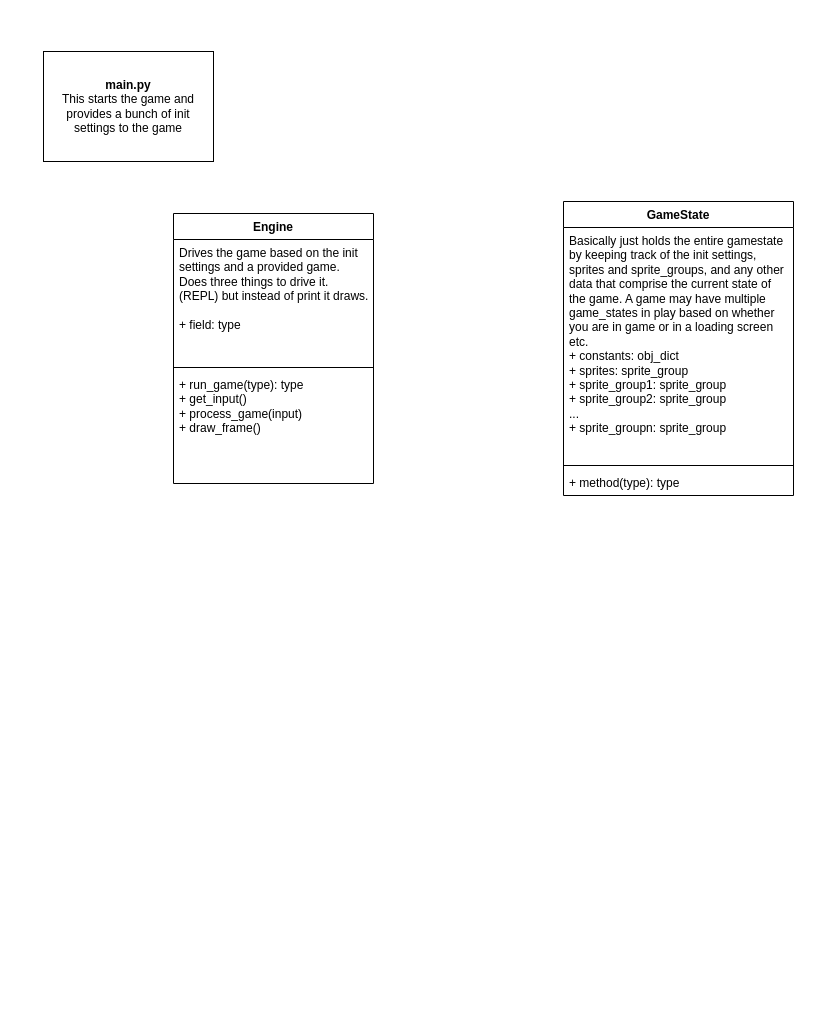
The draw.io diagram docs/state_map.drawio in flythereddflagg/RCA, before the edit. Source tidied: cells renumbered, new cells numbered last; positions are measured from the earlier drawing's top-left corner, leaving out a move shared by most shapes. Both pictures are drawn from the tidied source at 100%, with x=0, y=0 at pixel (43, 51).
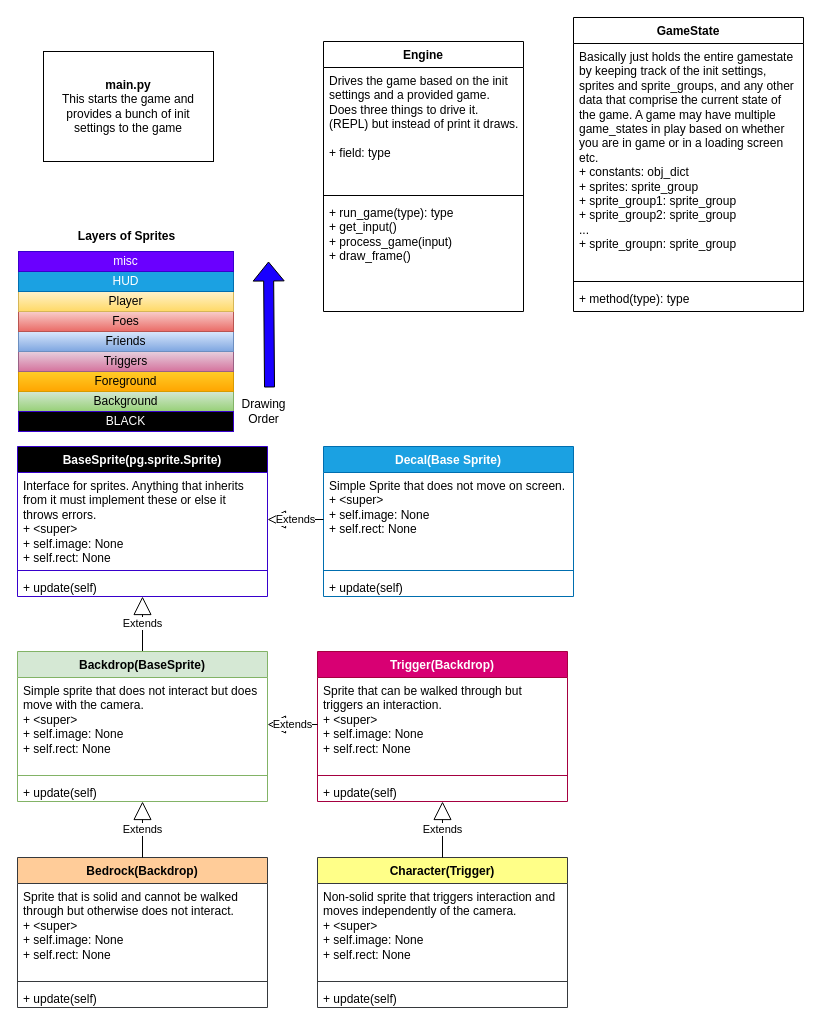
The same page after the edit.

Diff of the diagram source:
```diff
@@
     <mxCell id="3" value="GameState" style="swimlane;fontStyle=1;align=center;verticalAlign=top;horizontal=1;startSize=26;whiteSpace=wrap;html=1;" parent="1" vertex="1">
-      <mxGeometry x="520" y="150" width="230" height="294" as="geometry" />
+      <mxGeometry x="530" y="-34" width="230" height="294" as="geometry" />
     </mxCell>
@@
     <mxCell id="7" value="Engine" style="swimlane;fontStyle=1;align=center;verticalAlign=top;horizontal=1;startSize=26;whiteSpace=wrap;html=1;" parent="1" vertex="1">
-      <mxGeometry x="130" y="162" width="200" height="270" as="geometry" />
+      <mxGeometry x="280" y="-10" width="200" height="270" as="geometry" />
     </mxCell>
@@
+    <mxCell id="11" value="BaseSprite(pg.sprite.Sprite)" style="swimlane;fontStyle=1;align=center;verticalAlign=top;horizontal=1;startSize=26;whiteSpace=wrap;html=1;fillColor=#000000;fontColor=#ffffff;strokeColor=#3700CC;" parent="1" vertex="1">
+      <mxGeometry x="-26" y="395" width="250" height="150" as="geometry" />
+    </mxCell>
+    <mxCell id="12" value="Interface for sprites. Anything that inherits from it must implement these or else it throws errors.&lt;br&gt;+ &amp;lt;super&amp;gt;&lt;br&gt;+ self.image: None&lt;br&gt;+ self.rect: None" style="text;strokeColor=none;fillColor=none;align=left;verticalAlign=top;spacingLeft=4;spacingRight=4;overflow=hidden;points=[[0,0.5],[1,0.5]];portConstraint=eastwest;whiteSpace=wrap;html=1;" parent="11" vertex="1">
+      <mxGeometry y="26" width="250" height="94" as="geometry" />
+    </mxCell>
+    <mxCell id="13" style="line;strokeWidth=1;fillColor=none;align=left;verticalAlign=middle;spacingTop=-1;spacingLeft=3;spacingRight=3;labelPosition=right;strokeColor=inherit;" parent="11" vertex="1">
+      <mxGeometry y="120" width="250" height="8" as="geometry" />
+    </mxCell>
+    <mxCell id="14" value="+ update(self)" style="text;strokeColor=none;fillColor=none;align=left;verticalAlign=top;spacingLeft=4;spacingRight=4;overflow=hidden;whiteSpace=wrap;html=1;" parent="11" vertex="1">
+      <mxGeometry y="128" width="250" height="22" as="geometry" />
+    </mxCell>
+    <mxCell id="15" value="Background" style="html=1;whiteSpace=wrap;fillColor=#d5e8d4;gradientColor=#97d077;strokeColor=#82b366;" parent="1" vertex="1">
+      <mxGeometry x="-25" y="340" width="215" height="20" as="geometry" />
+    </mxCell>
+    <mxCell id="16" value="Layers of Sprites" style="text;html=1;align=center;verticalAlign=middle;strokeColor=none;fillColor=none;fontStyle=1;" parent="1" vertex="1">
+      <mxGeometry x="22.5" y="170" width="120" height="30" as="geometry" />
+    </mxCell>
+    <mxCell id="17" value="BLACK" style="html=1;whiteSpace=wrap;fillColor=#000000;strokeColor=#3700CC;fontColor=#ffffff;" parent="1" vertex="1">
+      <mxGeometry x="-25" y="360" width="215" height="20" as="geometry" />
+    </mxCell>
+    <mxCell id="18" value="Foreground" style="html=1;whiteSpace=wrap;fillColor=#ffcd28;gradientColor=#ffa500;strokeColor=#d79b00;" parent="1" vertex="1">
+      <mxGeometry x="-25" y="320" width="215" height="20" as="geometry" />
+    </mxCell>
+    <mxCell id="19" value="Triggers" style="html=1;whiteSpace=wrap;fillColor=#e6d0de;gradientColor=#d5739d;strokeColor=#996185;" parent="1" vertex="1">
+      <mxGeometry x="-25" y="300" width="215" height="20" as="geometry" />
+    </mxCell>
+    <mxCell id="20" value="Friends" style="html=1;whiteSpace=wrap;fillColor=#dae8fc;gradientColor=#7ea6e0;strokeColor=#6c8ebf;" parent="1" vertex="1">
+      <mxGeometry x="-25" y="280" width="215" height="20" as="geometry" />
+    </mxCell>
+    <mxCell id="21" value="Foes" style="html=1;whiteSpace=wrap;fillColor=#f8cecc;gradientColor=#ea6b66;strokeColor=#b85450;" parent="1" vertex="1">
+      <mxGeometry x="-25" y="260" width="215" height="20" as="geometry" />
+    </mxCell>
+    <mxCell id="22" value="Player" style="html=1;whiteSpace=wrap;fillColor=#fff2cc;gradientColor=#ffd966;strokeColor=#d6b656;" parent="1" vertex="1">
+      <mxGeometry x="-25" y="240" width="215" height="20" as="geometry" />
+    </mxCell>
+    <mxCell id="23" value="HUD" style="html=1;whiteSpace=wrap;fillColor=#1ba1e2;strokeColor=#006EAF;fontColor=#ffffff;" parent="1" vertex="1">
+      <mxGeometry x="-25" y="220" width="215" height="20" as="geometry" />
+    </mxCell>
+    <mxCell id="24" value="misc" style="html=1;whiteSpace=wrap;fillColor=#6a00ff;strokeColor=#3700CC;fontColor=#ffffff;" parent="1" vertex="1">
+      <mxGeometry x="-25" y="200" width="215" height="20" as="geometry" />
+    </mxCell>
+    <mxCell id="25" style="shape=flexArrow;endArrow=classic;html=1;rounded=0;fillColor=#1900FF;exitX=0.586;exitY=-0.1;exitDx=0;exitDy=0;exitPerimeter=0;" parent="1" edge="1" source="26">
+      <mxGeometry relative="1" as="geometry">
+        <mxPoint x="225" y="210" as="targetPoint" />
+      </mxGeometry>
+    </mxCell>
+    <mxCell id="26" value="Drawing&lt;br&gt;Order" style="text;html=1;align=center;verticalAlign=middle;points=[];strokeColor=none;fillColor=none;" parent="1" vertex="1">
+      <mxGeometry x="185" y="340" width="70" height="40" as="geometry" />
+    </mxCell>
+    <mxCell id="27" value="Extends" style="endArrow=block;endSize=16;endFill=0;html=1;rounded=0;exitX=0.5;exitY=0;exitDx=0;exitDy=0;entryX=0.5;entryY=1;entryDx=0;entryDy=0;" parent="1" edge="1" source="32" target="11">
+      <mxGeometry relative="1" as="geometry" />
+    </mxCell>
+    <mxCell id="28" value="Bedrock(Backdrop)" style="swimlane;fontStyle=1;align=center;verticalAlign=top;horizontal=1;startSize=26;whiteSpace=wrap;html=1;fillColor=#ffcc99;strokeColor=#36393d;" parent="1" vertex="1">
+      <mxGeometry x="-26" y="806" width="250" height="150" as="geometry" />
+    </mxCell>
+    <mxCell id="29" value="Sprite that is solid and cannot be walked through but otherwise does not interact.&lt;br&gt;+ &amp;lt;super&amp;gt;&lt;br&gt;+ self.image: None&lt;br&gt;+ self.rect: None" style="text;strokeColor=none;fillColor=none;align=left;verticalAlign=top;spacingLeft=4;spacingRight=4;overflow=hidden;whiteSpace=wrap;html=1;" parent="28" vertex="1">
+      <mxGeometry y="26" width="250" height="94" as="geometry" />
+    </mxCell>
+    <mxCell id="30" style="line;strokeWidth=1;fillColor=none;align=left;verticalAlign=middle;spacingTop=-1;spacingLeft=3;spacingRight=3;labelPosition=right;strokeColor=inherit;" parent="28" vertex="1">
+      <mxGeometry y="120" width="250" height="8" as="geometry" />
+    </mxCell>
+    <mxCell id="31" value="+ update(self)" style="text;strokeColor=none;fillColor=none;align=left;verticalAlign=top;spacingLeft=4;spacingRight=4;overflow=hidden;whiteSpace=wrap;html=1;" parent="28" vertex="1">
+      <mxGeometry y="128" width="250" height="22" as="geometry" />
+    </mxCell>
+    <mxCell id="32" value="Backdrop(BaseSprite)" style="swimlane;fontStyle=1;align=center;verticalAlign=top;horizontal=1;startSize=26;whiteSpace=wrap;html=1;fillColor=#d5e8d4;strokeColor=#82b366;" parent="1" vertex="1">
+      <mxGeometry x="-26" y="600" width="250" height="150" as="geometry" />
+    </mxCell>
+    <mxCell id="33" value="Simple sprite that does not interact but does move with the camera.&lt;br&gt;+ &amp;lt;super&amp;gt;&lt;br&gt;+ self.image: None&lt;br&gt;+ self.rect: None" style="text;strokeColor=none;fillColor=none;align=left;verticalAlign=top;spacingLeft=4;spacingRight=4;overflow=hidden;points=[[0,0.5],[1,0.5]];portConstraint=eastwest;whiteSpace=wrap;html=1;" parent="32" vertex="1">
+      <mxGeometry y="26" width="250" height="94" as="geometry" />
+    </mxCell>
+    <mxCell id="34" style="line;strokeWidth=1;fillColor=none;align=left;verticalAlign=middle;spacingTop=-1;spacingLeft=3;spacingRight=3;labelPosition=right;strokeColor=inherit;" parent="32" vertex="1">
+      <mxGeometry y="120" width="250" height="8" as="geometry" />
+    </mxCell>
+    <mxCell id="35" value="+ update(self)" style="text;strokeColor=none;fillColor=none;align=left;verticalAlign=top;spacingLeft=4;spacingRight=4;overflow=hidden;whiteSpace=wrap;html=1;" parent="32" vertex="1">
+      <mxGeometry y="128" width="250" height="22" as="geometry" />
+    </mxCell>
+    <mxCell id="36" value="Extends" style="endArrow=block;endSize=16;endFill=0;html=1;rounded=0;exitX=0.5;exitY=0;exitDx=0;exitDy=0;entryX=0.5;entryY=1;entryDx=0;entryDy=0;" parent="1" edge="1" source="28" target="32">
+      <mxGeometry relative="1" as="geometry" />
+    </mxCell>
+    <mxCell id="37" value="Trigger(Backdrop)" style="swimlane;fontStyle=1;align=center;verticalAlign=top;horizontal=1;startSize=26;whiteSpace=wrap;html=1;fillColor=#d80073;fontColor=#ffffff;strokeColor=#A50040;" parent="1" vertex="1">
+      <mxGeometry x="274" y="600" width="250" height="150" as="geometry" />
+    </mxCell>
+    <mxCell id="38" value="Sprite that can be walked through but triggers an interaction.&lt;br&gt;+ &amp;lt;super&amp;gt;&lt;br&gt;+ self.image: None&lt;br&gt;+ self.rect: None" style="text;strokeColor=none;fillColor=none;align=left;verticalAlign=top;spacingLeft=4;spacingRight=4;overflow=hidden;points=[[0,0.5],[1,0.5]];portConstraint=eastwest;whiteSpace=wrap;html=1;" parent="37" vertex="1">
+      <mxGeometry y="26" width="250" height="94" as="geometry" />
+    </mxCell>
+    <mxCell id="39" style="line;strokeWidth=1;fillColor=none;align=left;verticalAlign=middle;spacingTop=-1;spacingLeft=3;spacingRight=3;labelPosition=right;strokeColor=inherit;" parent="37" vertex="1">
+      <mxGeometry y="120" width="250" height="8" as="geometry" />
+    </mxCell>
+    <mxCell id="40" value="+ update(self)" style="text;strokeColor=none;fillColor=none;align=left;verticalAlign=top;spacingLeft=4;spacingRight=4;overflow=hidden;whiteSpace=wrap;html=1;" parent="37" vertex="1">
+      <mxGeometry y="128" width="250" height="22" as="geometry" />
+    </mxCell>
+    <mxCell id="41" value="Extends" style="endArrow=block;endSize=16;endFill=0;html=1;rounded=0;exitX=0;exitY=0.5;exitDx=0;exitDy=0;entryX=1;entryY=0.5;entryDx=0;entryDy=0;" parent="1" edge="1" source="38" target="33">
+      <mxGeometry relative="1" as="geometry" />
+    </mxCell>
+    <mxCell id="42" value="Character(Trigger)" style="swimlane;fontStyle=1;align=center;verticalAlign=top;horizontal=1;startSize=26;whiteSpace=wrap;html=1;fillColor=#ffff88;strokeColor=#36393d;" parent="1" vertex="1">
+      <mxGeometry x="274" y="806" width="250" height="150" as="geometry" />
+    </mxCell>
+    <mxCell id="43" value="Non-solid sprite that triggers interaction and moves independently of the camera.&lt;br&gt;+ &amp;lt;super&amp;gt;&lt;br&gt;+ self.image: None&lt;br&gt;+ self.rect: None" style="text;strokeColor=none;fillColor=none;align=left;verticalAlign=top;spacingLeft=4;spacingRight=4;overflow=hidden;whiteSpace=wrap;html=1;" parent="42" vertex="1">
+      <mxGeometry y="26" width="250" height="94" as="geometry" />
+    </mxCell>
+    <mxCell id="44" style="line;strokeWidth=1;fillColor=none;align=left;verticalAlign=middle;spacingTop=-1;spacingLeft=3;spacingRight=3;labelPosition=right;strokeColor=inherit;" parent="42" vertex="1">
+      <mxGeometry y="120" width="250" height="8" as="geometry" />
+    </mxCell>
+    <mxCell id="45" value="+ update(self)" style="text;strokeColor=none;fillColor=none;align=left;verticalAlign=top;spacingLeft=4;spacingRight=4;overflow=hidden;whiteSpace=wrap;html=1;" parent="42" vertex="1">
+      <mxGeometry y="128" width="250" height="22" as="geometry" />
+    </mxCell>
+    <mxCell id="46" value="Extends" style="endArrow=block;endSize=16;endFill=0;html=1;rounded=0;exitX=0.5;exitY=0;exitDx=0;exitDy=0;entryX=0.5;entryY=1;entryDx=0;entryDy=0;" parent="1" edge="1" source="42" target="37">
+      <mxGeometry relative="1" as="geometry" />
+    </mxCell>
+    <mxCell id="47" value="Decal(Base Sprite)" style="swimlane;fontStyle=1;align=center;verticalAlign=top;horizontal=1;startSize=26;whiteSpace=wrap;html=1;fillColor=#1ba1e2;fontColor=#ffffff;strokeColor=#006EAF;" parent="1" vertex="1">
+      <mxGeometry x="280" y="395" width="250" height="150" as="geometry" />
+    </mxCell>
+    <mxCell id="48" value="Simple Sprite that does not move on screen.&lt;br&gt;+ &amp;lt;super&amp;gt;&lt;br&gt;+ self.image: None&lt;br&gt;+ self.rect: None" style="text;strokeColor=none;fillColor=none;align=left;verticalAlign=top;spacingLeft=4;spacingRight=4;overflow=hidden;points=[[0,0.5],[1,0.5]];portConstraint=eastwest;whiteSpace=wrap;html=1;" parent="47" vertex="1">
+      <mxGeometry y="26" width="250" height="94" as="geometry" />
+    </mxCell>
+    <mxCell id="49" style="line;strokeWidth=1;fillColor=none;align=left;verticalAlign=middle;spacingTop=-1;spacingLeft=3;spacingRight=3;labelPosition=right;strokeColor=inherit;" parent="47" vertex="1">
+      <mxGeometry y="120" width="250" height="8" as="geometry" />
+    </mxCell>
+    <mxCell id="50" value="+ update(self)" style="text;strokeColor=none;fillColor=none;align=left;verticalAlign=top;spacingLeft=4;spacingRight=4;overflow=hidden;whiteSpace=wrap;html=1;" parent="47" vertex="1">
+      <mxGeometry y="128" width="250" height="22" as="geometry" />
+    </mxCell>
+    <mxCell id="51" value="Extends" style="endArrow=block;endSize=16;endFill=0;html=1;rounded=0;exitX=0;exitY=0.5;exitDx=0;exitDy=0;entryX=1;entryY=0.5;entryDx=0;entryDy=0;" parent="1" edge="1" source="48" target="12">
+      <mxGeometry relative="1" as="geometry" />
+    </mxCell>
```
